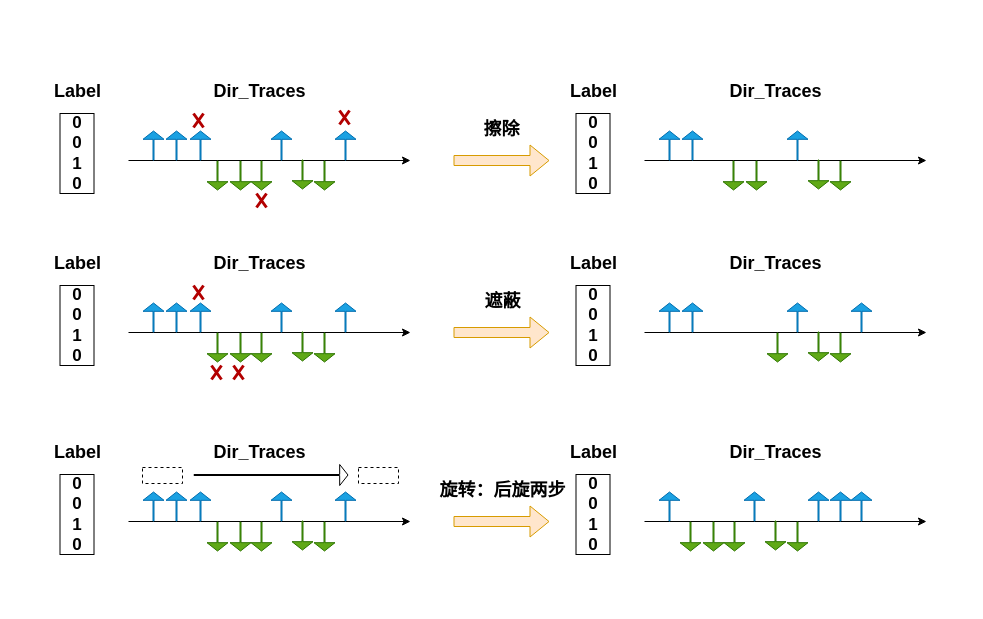
This is 空间数据增强.drawio from lilang0710/ll, a draw.io file, before an edit. Source tidied: cells renumbered, new cells numbered last; positions are measured from the earlier drawing's top-left corner, leaving out a move shared by most shapes. Both pictures are drawn from the tidied source at 100%, with x=0, y=0 at pixel (44, 74).
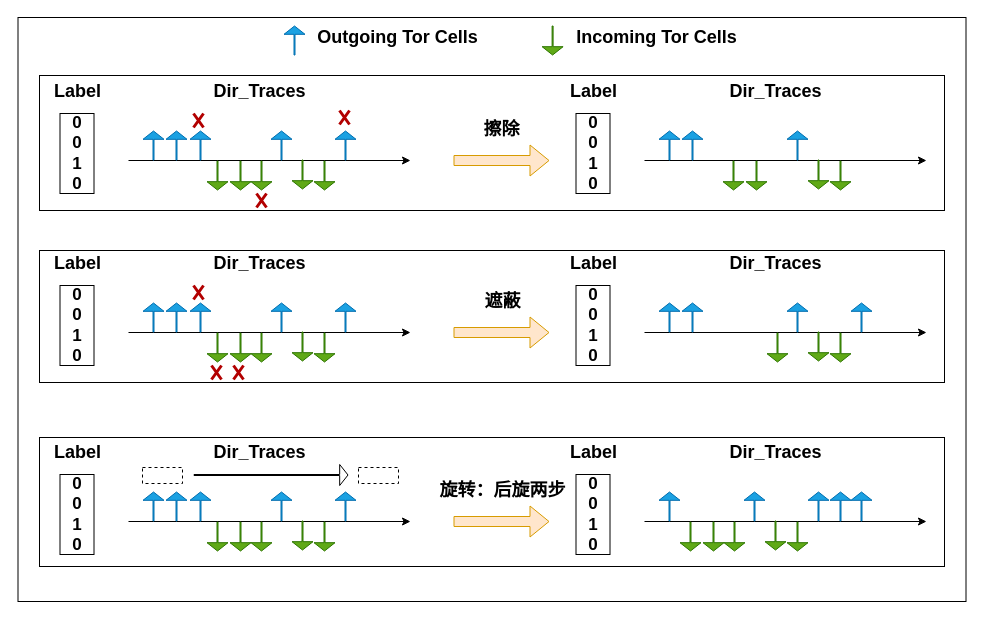
After the change.

Commit message (it also covers changes not shown here):
更新空间数据增强.drawio

The edit, as a diff of the source:
```diff
@@
+    <mxCell id="95" style="rounded=0;whiteSpace=wrap;html=1;fillColor=none;" parent="1" vertex="1">
+      <mxGeometry x="-5" y="1" width="905" height="135" as="geometry" />
+    </mxCell>
+    <mxCell id="96" style="rounded=0;whiteSpace=wrap;html=1;fillColor=none;" parent="1" vertex="1">
+      <mxGeometry x="-26.5" y="-57" width="948" height="584" as="geometry" />
+    </mxCell>
+    <mxCell id="97" style="shape=flexArrow;endArrow=classic;html=1;rounded=0;endWidth=19;endSize=2.44;width=1;fillColor=#1ba1e2;strokeColor=#006EAF;" parent="1" edge="1">
+      <mxGeometry relative="1" as="geometry">
+        <mxPoint x="250" y="-19" as="sourcePoint" />
+        <mxPoint x="250" y="-49" as="targetPoint" />
+      </mxGeometry>
+    </mxCell>
+    <mxCell id="98" style="shape=flexArrow;endArrow=classic;html=1;rounded=0;fillColor=#60a917;strokeColor=#2D7600;endWidth=19;endSize=2.44;width=1;" parent="1" edge="1">
+      <mxGeometry relative="1" as="geometry">
+        <mxPoint x="508.1" y="-49" as="sourcePoint" />
+        <mxPoint x="508.1" y="-19" as="targetPoint" />
+      </mxGeometry>
+    </mxCell>
+    <mxCell id="99" value="&lt;b&gt;&lt;font style=&quot;font-size: 18px;&quot;&gt;Outgoing Tor Cells&lt;/font&gt;&lt;/b&gt;" style="text;html=1;align=center;verticalAlign=middle;strokeColor=none;fillColor=none;" parent="1" vertex="1">
+      <mxGeometry x="263.4" y="-54" width="179" height="34" as="geometry" />
+    </mxCell>
+    <mxCell id="100" value="&lt;b&gt;&lt;font style=&quot;font-size: 18px;&quot;&gt;Incoming Tor Cells&lt;/font&gt;&lt;/b&gt;" style="text;html=1;align=center;verticalAlign=middle;strokeColor=none;fillColor=none;" parent="1" vertex="1">
+      <mxGeometry x="522.4" y="-54" width="179" height="34" as="geometry" />
+    </mxCell>
+    <mxCell id="101" style="rounded=0;whiteSpace=wrap;html=1;fillColor=none;" parent="1" vertex="1">
+      <mxGeometry x="-5" y="176" width="905" height="132" as="geometry" />
+    </mxCell>
+    <mxCell id="102" style="rounded=0;whiteSpace=wrap;html=1;fillColor=none;" parent="1" vertex="1">
+      <mxGeometry x="-5" y="363" width="905" height="129" as="geometry" />
+    </mxCell>
```
